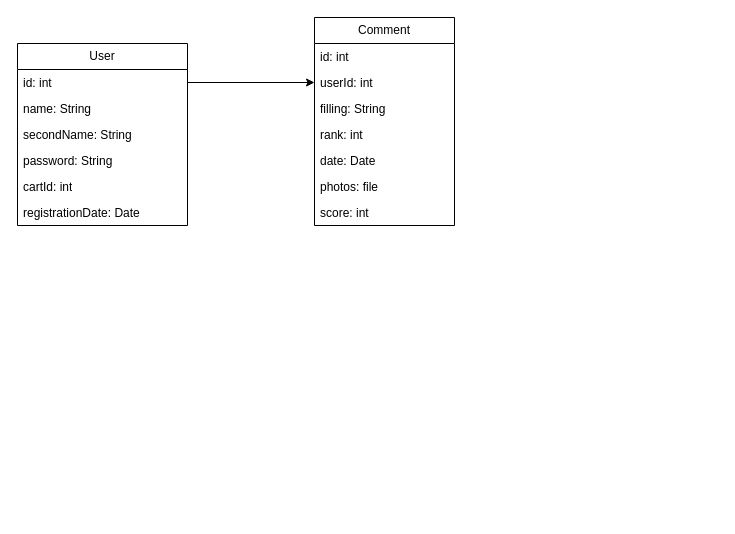
Above: page "Страница 1" (1 of 2) of Диаграмма без названия.drawio in RimKhai/UML (draw.io), before the change. Source tidied: cells renumbered, new cells numbered last; positions are measured from the earlier drawing's top-left corner, leaving out a move shared by most shapes. Both pictures are drawn from the tidied source at 100%, with x=0, y=0 at pixel (17, 17).
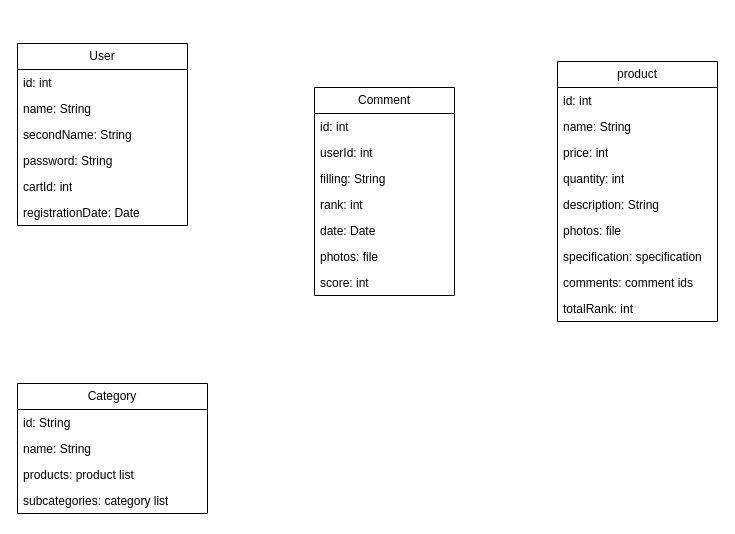
The same page after the edit.

Unchanged cells that the change refers to:
```xml
<mxCell id="3" value="id: int" style="text;strokeColor=none;fillColor=none;align=left;verticalAlign=top;spacingLeft=4;spacingRight=4;overflow=hidden;points=[[0,0.5],[1,0.5]];portConstraint=eastwest;whiteSpace=wrap;html=1;" parent="2" vertex="1">
  <mxGeometry y="26" width="170" height="26" as="geometry" />
</mxCell>
<mxCell id="11" value="userId: int" style="text;strokeColor=none;fillColor=none;align=left;verticalAlign=top;spacingLeft=4;spacingRight=4;overflow=hidden;points=[[0,0.5],[1,0.5]];portConstraint=eastwest;whiteSpace=wrap;html=1;" parent="9" vertex="1">
  <mxGeometry y="52" width="140" height="26" as="geometry" />
</mxCell>
```

The edit, as a diff of the source:
```diff
@@
     <mxCell id="9" value="Comment" style="swimlane;fontStyle=0;horizontal=1;startSize=26;fillColor=none;whiteSpace=wrap;html=1;" parent="1" vertex="1">
-      <mxGeometry x="297" width="140" height="208" as="geometry" />
+      <mxGeometry x="297" y="70" width="140" height="208" as="geometry" />
     </mxCell>
@@
-    <mxCell id="17" style="edgeStyle=orthogonalEdgeStyle;rounded=0;jettySize=auto;html=1;entryX=0;entryY=0.5;entryDx=0;entryDy=0;" parent="1" edge="1" source="3" target="11">
-      <mxGeometry relative="1" as="geometry" />
-    </mxCell>
+    <mxCell id="18" value="product" style="swimlane;fontStyle=0;horizontal=1;startSize=26;fillColor=none;whiteSpace=wrap;html=1;" parent="1" vertex="1">
+      <mxGeometry x="540" y="44" width="160" height="260" as="geometry" />
+    </mxCell>
+    <mxCell id="19" value="id: int" style="text;strokeColor=none;fillColor=none;align=left;verticalAlign=top;spacingLeft=4;spacingRight=4;overflow=hidden;whiteSpace=wrap;html=1;" parent="18" vertex="1">
+      <mxGeometry y="26" width="160" height="26" as="geometry" />
+    </mxCell>
+    <mxCell id="20" value="name: String" style="text;strokeColor=none;fillColor=none;align=left;verticalAlign=top;spacingLeft=4;spacingRight=4;overflow=hidden;whiteSpace=wrap;html=1;" parent="18" vertex="1">
+      <mxGeometry y="52" width="160" height="26" as="geometry" />
+    </mxCell>
+    <mxCell id="21" value="price: int" style="text;strokeColor=none;fillColor=none;align=left;verticalAlign=top;spacingLeft=4;spacingRight=4;overflow=hidden;whiteSpace=wrap;html=1;" parent="18" vertex="1">
+      <mxGeometry y="78" width="160" height="26" as="geometry" />
+    </mxCell>
+    <mxCell id="22" value="quantity: int" style="text;strokeColor=none;fillColor=none;align=left;verticalAlign=top;spacingLeft=4;spacingRight=4;overflow=hidden;whiteSpace=wrap;html=1;" parent="18" vertex="1">
+      <mxGeometry y="104" width="160" height="26" as="geometry" />
+    </mxCell>
+    <mxCell id="23" value="description: String&lt;br&gt;" style="text;strokeColor=none;fillColor=none;align=left;verticalAlign=top;spacingLeft=4;spacingRight=4;overflow=hidden;whiteSpace=wrap;html=1;" parent="18" vertex="1">
+      <mxGeometry y="130" width="160" height="26" as="geometry" />
+    </mxCell>
+    <mxCell id="24" value="photos: file" style="text;strokeColor=none;fillColor=none;align=left;verticalAlign=top;spacingLeft=4;spacingRight=4;overflow=hidden;whiteSpace=wrap;html=1;" parent="18" vertex="1">
+      <mxGeometry y="156" width="160" height="26" as="geometry" />
+    </mxCell>
+    <mxCell id="25" value="specification: specification" style="text;strokeColor=none;fillColor=none;align=left;verticalAlign=top;spacingLeft=4;spacingRight=4;overflow=hidden;whiteSpace=wrap;html=1;" parent="18" vertex="1">
+      <mxGeometry y="182" width="160" height="26" as="geometry" />
+    </mxCell>
+    <mxCell id="26" value="comments: comment ids" style="text;strokeColor=none;fillColor=none;align=left;verticalAlign=top;spacingLeft=4;spacingRight=4;overflow=hidden;whiteSpace=wrap;html=1;" parent="18" vertex="1">
+      <mxGeometry y="208" width="160" height="26" as="geometry" />
+    </mxCell>
+    <mxCell id="27" value="totalRank: int" style="text;strokeColor=none;fillColor=none;align=left;verticalAlign=top;spacingLeft=4;spacingRight=4;overflow=hidden;whiteSpace=wrap;html=1;" parent="18" vertex="1">
+      <mxGeometry y="234" width="160" height="26" as="geometry" />
+    </mxCell>
+    <mxCell id="28" value="Category" style="swimlane;fontStyle=0;horizontal=1;startSize=26;fillColor=none;whiteSpace=wrap;html=1;" parent="1" vertex="1">
+      <mxGeometry y="366" width="190" height="130" as="geometry" />
+    </mxCell>
+    <mxCell id="29" value="id: String" style="text;strokeColor=none;fillColor=none;align=left;verticalAlign=top;spacingLeft=4;spacingRight=4;overflow=hidden;whiteSpace=wrap;html=1;" parent="28" vertex="1">
+      <mxGeometry y="26" width="190" height="26" as="geometry" />
+    </mxCell>
+    <mxCell id="30" value="name: String" style="text;strokeColor=none;fillColor=none;align=left;verticalAlign=top;spacingLeft=4;spacingRight=4;overflow=hidden;whiteSpace=wrap;html=1;" parent="28" vertex="1">
+      <mxGeometry y="52" width="190" height="26" as="geometry" />
+    </mxCell>
+    <mxCell id="31" value="products: product list" style="text;strokeColor=none;fillColor=none;align=left;verticalAlign=top;spacingLeft=4;spacingRight=4;overflow=hidden;whiteSpace=wrap;html=1;" parent="28" vertex="1">
+      <mxGeometry y="78" width="190" height="26" as="geometry" />
+    </mxCell>
+    <mxCell id="32" value="subcategories: category list" style="text;strokeColor=none;fillColor=none;align=left;verticalAlign=top;spacingLeft=4;spacingRight=4;overflow=hidden;whiteSpace=wrap;html=1;" parent="28" vertex="1">
+      <mxGeometry y="104" width="190" height="26" as="geometry" />
+    </mxCell>
```
